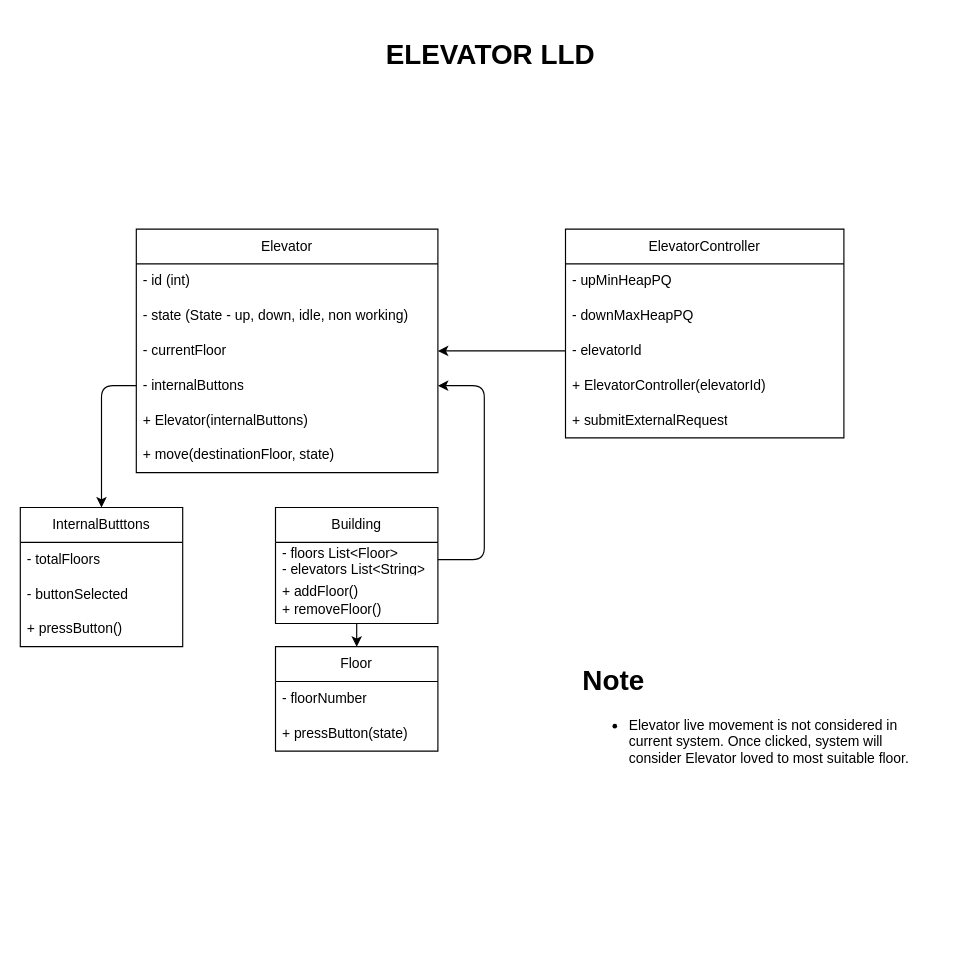
am-aakash/elevator-system keeps this draw.io diagram as elevator.drawio. Above is the earlier version. Source tidied: cells renumbered, new cells numbered last; positions are measured from the earlier drawing's top-left corner, leaving out a move shared by most shapes. Both pictures are drawn from the tidied source at 116%, with x=0, y=0 at pixel (20, 20).
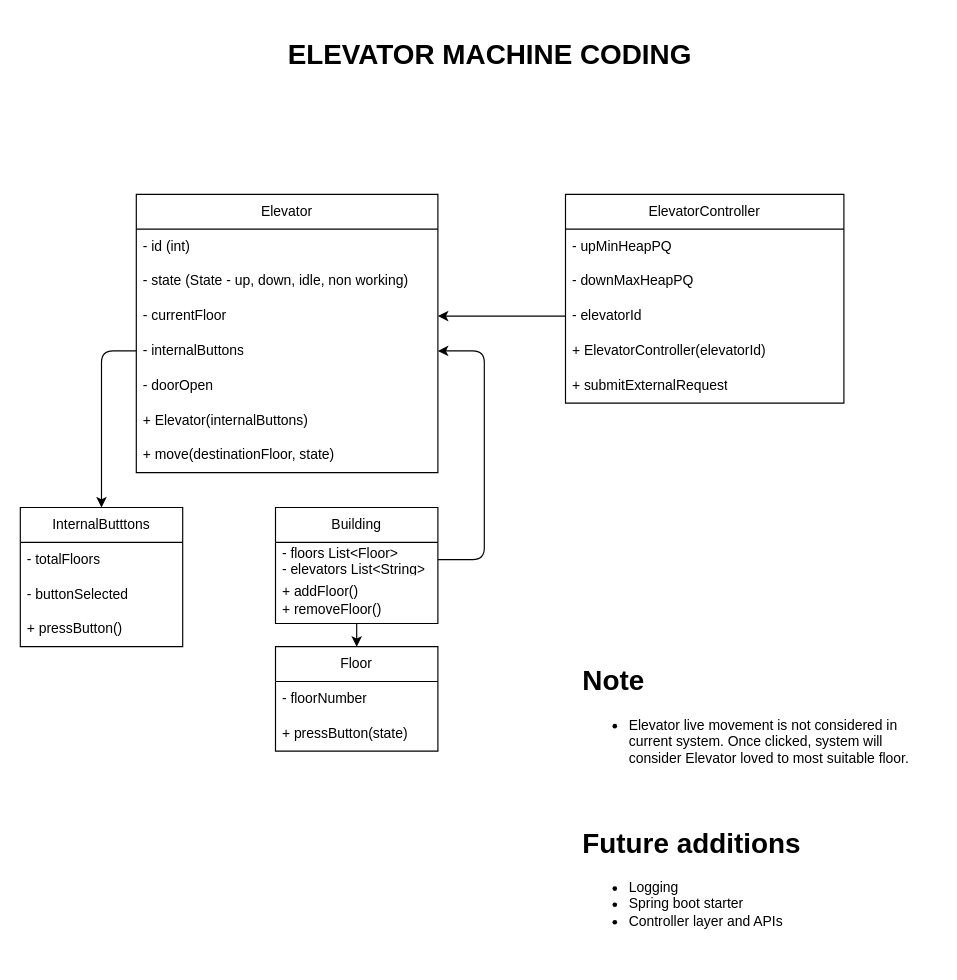
The same page after the edit.

Unchanged cells that the change refers to:
```xml
<mxCell id="6" value="- internalButtons" style="text;strokeColor=none;fillColor=none;align=left;verticalAlign=middle;spacingLeft=4;spacingRight=4;overflow=hidden;points=[[0,0.5],[1,0.5]];portConstraint=eastwest;whiteSpace=wrap;html=1;" parent="2" vertex="1">
  <mxGeometry y="120" width="260" height="30" as="geometry" />
</mxCell>
<mxCell id="11" value="- floors List&amp;lt;Floor&amp;gt;&lt;br&gt;- elevators List&amp;lt;String&amp;gt;" style="text;strokeColor=none;fillColor=none;align=left;verticalAlign=middle;spacingLeft=4;spacingRight=4;overflow=hidden;points=[[0,0.5],[1,0.5]];portConstraint=eastwest;whiteSpace=wrap;html=1;" parent="10" vertex="1">
  <mxGeometry y="30" width="140" height="30" as="geometry" />
</mxCell>
<mxCell id="16" value="InternalButttons" style="swimlane;fontStyle=0;horizontal=1;startSize=30;whiteSpace=wrap;html=1;" parent="1" vertex="1">
  <mxGeometry y="420" width="140" height="120" as="geometry" />
</mxCell>
```

The edit, as a diff of the source:
```diff
@@
     <mxCell id="2" value="Elevator" style="swimlane;fontStyle=0;horizontal=1;startSize=30;whiteSpace=wrap;html=1;" parent="1" vertex="1">
-      <mxGeometry x="100" y="180" width="260" height="210" as="geometry" />
+      <mxGeometry x="100" y="150" width="260" height="240" as="geometry" />
     </mxCell>
@@
+    <mxCell id="31" value="- doorOpen" style="text;strokeColor=none;fillColor=none;align=left;verticalAlign=middle;spacingLeft=4;spacingRight=4;overflow=hidden;whiteSpace=wrap;html=1;" parent="2" vertex="1">
+      <mxGeometry y="150" width="260" height="30" as="geometry" />
+    </mxCell>
     <mxCell id="7" value="+ Elevator(internalButtons)" style="text;strokeColor=none;fillColor=none;align=left;verticalAlign=middle;spacingLeft=4;spacingRight=4;overflow=hidden;whiteSpace=wrap;html=1;" parent="2" vertex="1">
-      <mxGeometry y="150" width="260" height="30" as="geometry" />
+      <mxGeometry y="180" width="260" height="30" as="geometry" />
     </mxCell>
     <mxCell id="8" value="+ move(destinationFloor, state)" style="text;strokeColor=none;fillColor=none;align=left;verticalAlign=middle;spacingLeft=4;spacingRight=4;overflow=hidden;whiteSpace=wrap;html=1;" parent="2" vertex="1">
-      <mxGeometry y="180" width="260" height="30" as="geometry" />
+      <mxGeometry y="210" width="260" height="30" as="geometry" />
     </mxCell>
@@
     <mxCell id="20" style="edgeStyle=none;html=1;exitX=0;exitY=0.5;exitDx=0;exitDy=0;entryX=0.5;entryY=0;entryDx=0;entryDy=0;" parent="1" edge="1" source="6" target="16">
       <mxGeometry relative="1" as="geometry">
         <Array as="points">
-          <mxPoint x="70" y="315" />
+          <mxPoint x="70" y="285" />
         </Array>
       </mxGeometry>
     </mxCell>
     <mxCell id="21" value="ElevatorController" style="swimlane;fontStyle=0;horizontal=1;startSize=30;whiteSpace=wrap;html=1;" parent="1" vertex="1">
-      <mxGeometry x="470" y="180" width="240" height="180" as="geometry" />
+      <mxGeometry x="470" y="150" width="240" height="180" as="geometry" />
     </mxCell>
@@
     <mxCell id="27" style="edgeStyle=none;html=1;exitX=1;exitY=0.5;exitDx=0;exitDy=0;entryX=1;entryY=0.5;entryDx=0;entryDy=0;" parent="1" edge="1" source="11" target="6">
       <mxGeometry relative="1" as="geometry">
         <Array as="points">
           <mxPoint x="400" y="465" />
           <mxPoint x="400" y="390" />
-          <mxPoint x="400" y="315" />
+          <mxPoint x="400" y="285" />
         </Array>
       </mxGeometry>
     </mxCell>
@@
-    <mxCell id="30" value="&lt;h1&gt;ELEVATOR LLD&lt;/h1&gt;" style="text;html=1;strokeColor=none;fillColor=none;align=center;verticalAlign=middle;whiteSpace=wrap;rounded=0;" parent="1" vertex="1">
-      <mxGeometry x="298" width="215" height="60" as="geometry" />
+    <mxCell id="30" value="&lt;h1&gt;ELEVATOR MACHINE CODING&lt;/h1&gt;" style="text;html=1;strokeColor=none;fillColor=none;align=center;verticalAlign=middle;whiteSpace=wrap;rounded=0;" parent="1" vertex="1">
+      <mxGeometry x="209" width="392" height="60" as="geometry" />
     </mxCell>
+    <mxCell id="32" value="&lt;h1&gt;Future additions&lt;/h1&gt;&lt;p&gt;&lt;/p&gt;&lt;ul&gt;&lt;li&gt;Logging&lt;/li&gt;&lt;li&gt;Spring boot starter&amp;nbsp;&lt;/li&gt;&lt;li&gt;Controller layer and APIs&lt;/li&gt;&lt;/ul&gt;&lt;p&gt;&lt;/p&gt;" style="text;html=1;strokeColor=none;fillColor=none;spacing=5;spacingTop=-20;whiteSpace=wrap;overflow=hidden;rounded=0;" parent="1" vertex="1">
+      <mxGeometry x="480" y="690" width="310" height="120" as="geometry" />
+    </mxCell>
```
